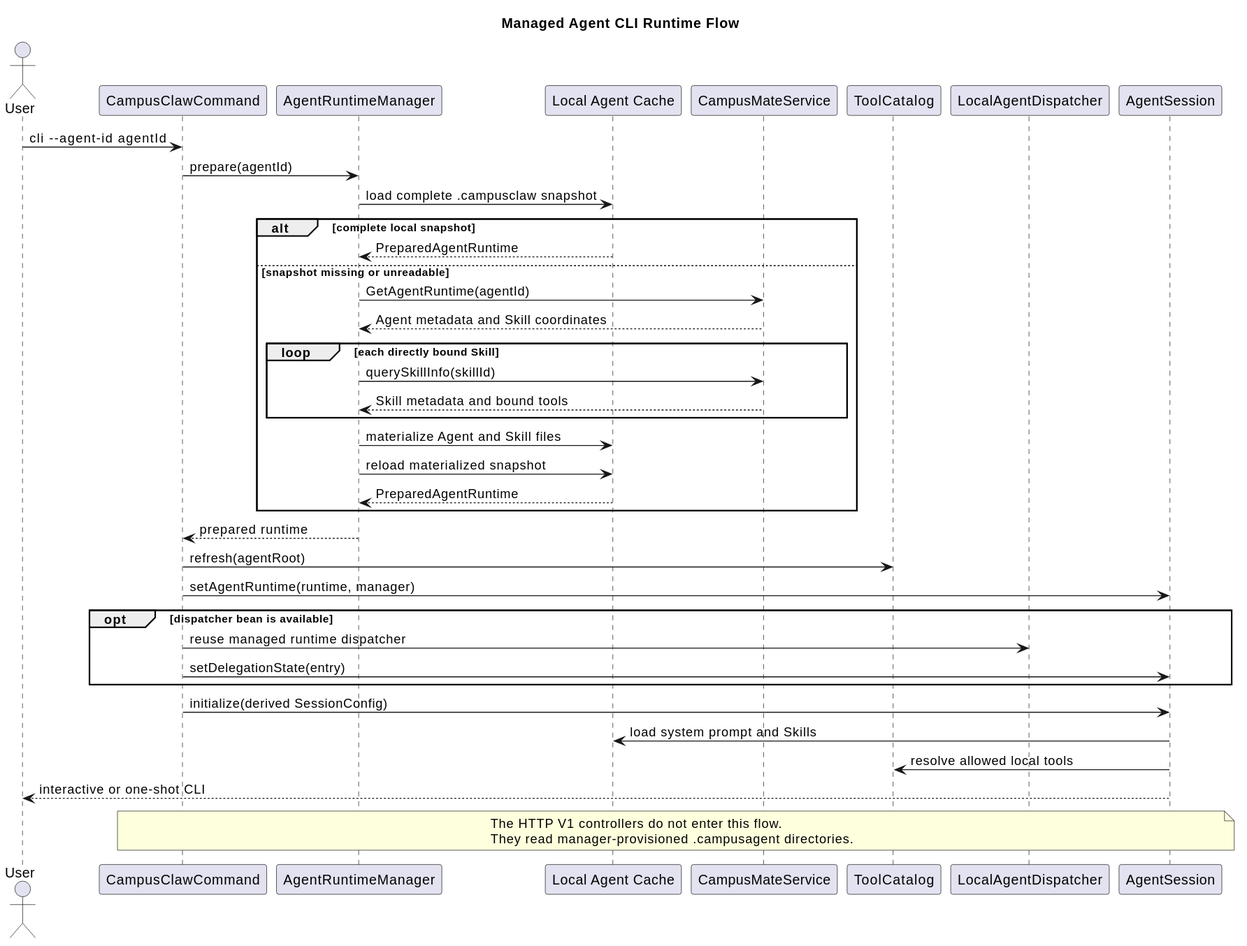
Earlier version of the PlantUML export docs/designs/agent-skill-runtime/managed_agent_cli_flow.svg (2862282695gjh-afk/pi-mono-java). The source it was exported from:
```plantuml
@startuml
title Managed Agent CLI Runtime Flow


actor User
participant "CampusClawCommand" as CLI
participant "AgentRuntimeManager" as Runtime
participant "Local Agent Cache" as Cache
participant "CampusMateService" as Mate
participant "ToolCatalog" as Catalog
participant "LocalAgentDispatcher" as Dispatcher
participant "AgentSession" as Session

User -> CLI: cli --agent-id agentId
CLI -> Runtime: prepare(agentId)
Runtime -> Cache: load complete .campusclaw snapshot

alt complete local snapshot
  Cache --> Runtime: PreparedAgentRuntime
else snapshot missing or unreadable
  Runtime -> Mate: GetAgentRuntime(agentId)
  Mate --> Runtime: Agent metadata and Skill coordinates
  loop each directly bound Skill
    Runtime -> Mate: querySkillInfo(skillId)
    Mate --> Runtime: Skill metadata and bound tools
  end
  Runtime -> Cache: materialize Agent and Skill files
  Runtime -> Cache: reload materialized snapshot
  Cache --> Runtime: PreparedAgentRuntime
end

Runtime --> CLI: prepared runtime
CLI -> Catalog: refresh(agentRoot)
CLI -> Session: setAgentRuntime(runtime, manager)
opt dispatcher bean is available
  CLI -> Dispatcher: reuse managed runtime dispatcher
  CLI -> Session: setDelegationState(entry)
end
CLI -> Session: initialize(derived SessionConfig)
Session -> Cache: load system prompt and Skills
Session -> Catalog: resolve allowed local tools
Session --> User: interactive or one-shot CLI

note over CLI,Session
The HTTP V1 controllers do not enter this flow.
They read manager-provisioned .campusagent directories.
end note
@enduml
```
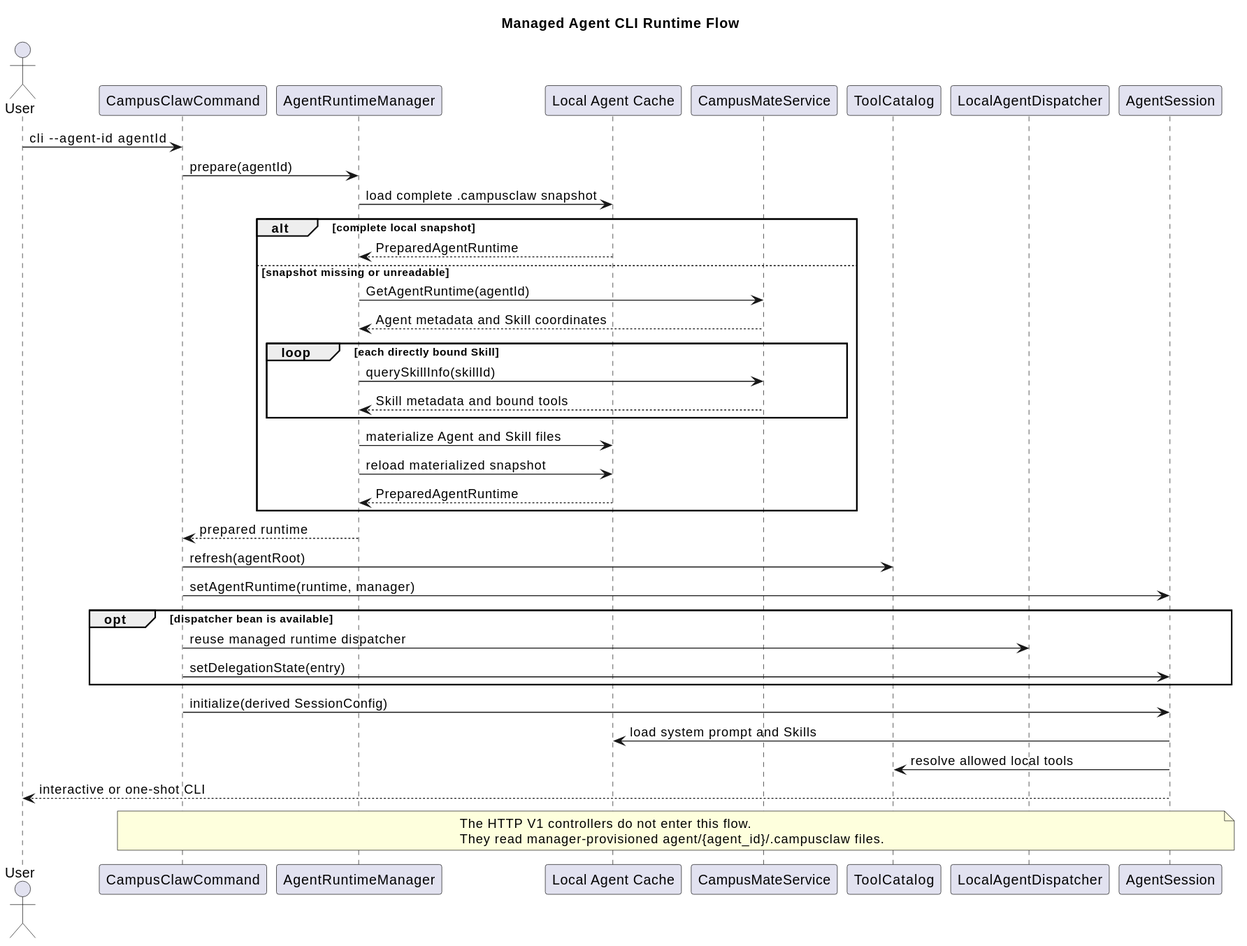
Later version of the same file.

What changed in the source:
```diff
@@ -43,6 +43,6 @@
 
 note over CLI,Session
 The HTTP V1 controllers do not enter this flow.
-They read manager-provisioned .campusagent directories.
+They read manager-provisioned agent/{agent_id}/.campusclaw files.
 end note
 @enduml
```
